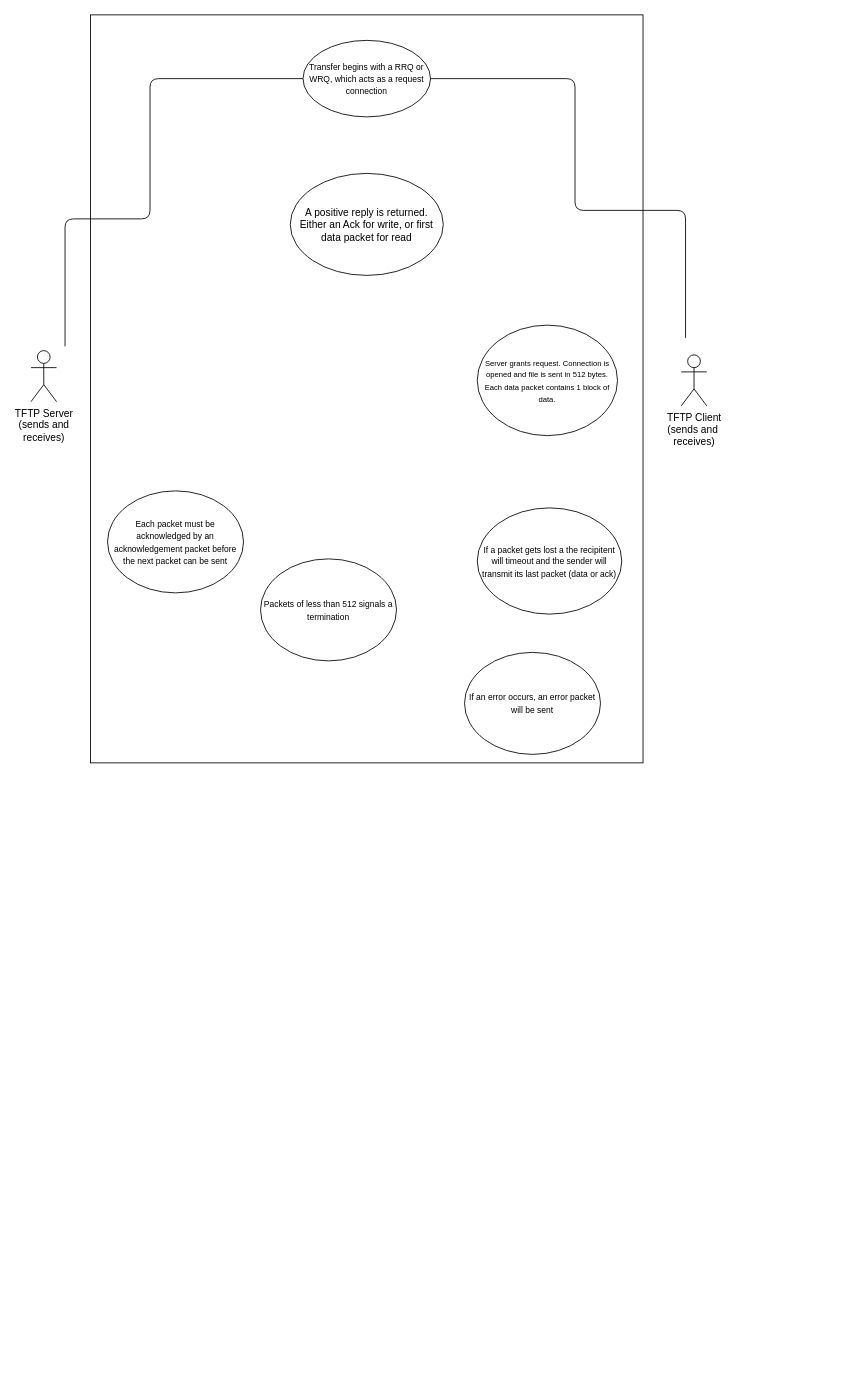
samuelwithey/TFTP keeps this draw.io diagram as TFTP UML Use Case.drawio. Above is the earlier version. Source tidied: cells renumbered, new cells numbered last; positions are measured from the earlier drawing's top-left corner, leaving out a move shared by most shapes. Both pictures are drawn from the tidied source at 85%, with x=0, y=0 at pixel (31, 14).
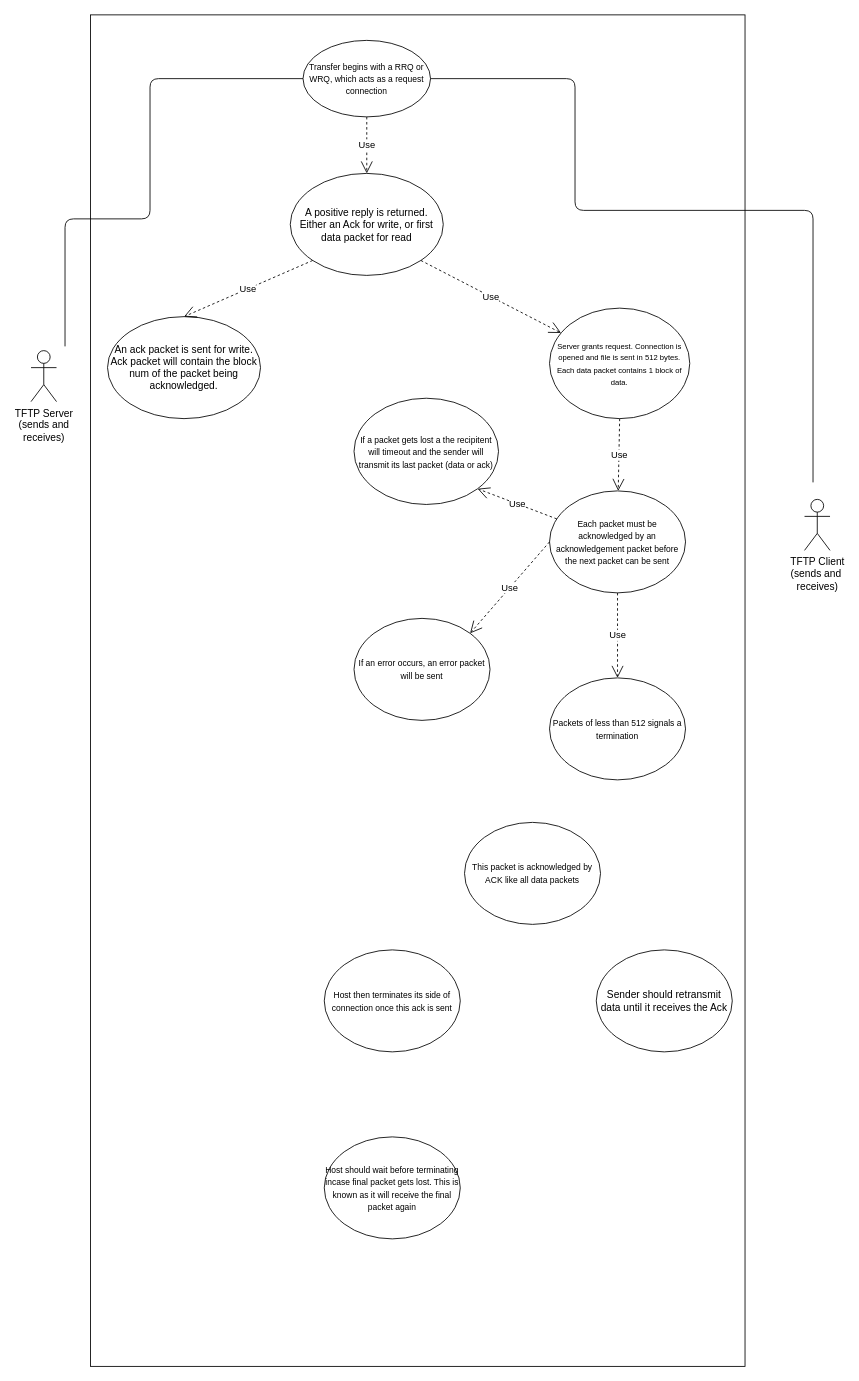
The same page after the edit.

The change refers to these unchanged cells:
```xml
<mxCell id="5" value="&lt;font style=&quot;font-size: 10px&quot;&gt;Transfer begins with a RRQ or WRQ, which acts as a request connection&lt;/font&gt;" style="ellipse;whiteSpace=wrap;html=1;" parent="1" vertex="1">
  <mxGeometry x="320" y="30" width="150" height="90" as="geometry" />
</mxCell>
<mxCell id="13" value="A positive reply is returned. Either an Ack for write, or first data packet for read" style="ellipse;whiteSpace=wrap;html=1;" parent="1" vertex="1">
  <mxGeometry x="305" y="186.5" width="180" height="120" as="geometry" />
</mxCell>
```

Diff of the diagram source:
```diff
@@
     <mxCell id="2" style="rounded=0;whiteSpace=wrap;html=1;" parent="1" vertex="1">
-      <mxGeometry x="70" width="650" height="880" as="geometry" />
+      <mxGeometry x="70" width="770" height="1590" as="geometry" />
     </mxCell>
@@
     <mxCell id="4" value="TFTP Client&lt;br&gt;(sends and&amp;nbsp;&lt;br&gt;receives)&lt;br&gt;" style="shape=umlActor;verticalLabelPosition=bottom;labelBackgroundColor=#ffffff;verticalAlign=top;html=1;" parent="1" vertex="1">
-      <mxGeometry x="765" y="400" width="30" height="60" as="geometry" />
+      <mxGeometry x="910" y="570" width="30" height="60" as="geometry" />
     </mxCell>
@@
     <mxCell id="6" value="&lt;font style=&quot;font-size: 9px&quot;&gt;Server grants request. Connection is opened and file is sent in 512 bytes. Each data packet contains 1 block of data.&lt;/font&gt;" style="ellipse;whiteSpace=wrap;html=1;" parent="1" vertex="1">
-      <mxGeometry x="525" y="365" width="165" height="130" as="geometry" />
+      <mxGeometry x="610" y="345" width="165" height="130" as="geometry" />
     </mxCell>
     <mxCell id="7" value="&lt;span style=&quot;font-size: 10px&quot;&gt;Each packet must be acknowledged by an acknowledgement&amp;nbsp;packet before the next packet can be sent&lt;/span&gt;" style="ellipse;whiteSpace=wrap;html=1;" parent="1" vertex="1">
-      <mxGeometry x="90" y="560" width="160" height="120" as="geometry" />
+      <mxGeometry x="610" y="560" width="160" height="120" as="geometry" />
     </mxCell>
     <mxCell id="8" value="&lt;span style=&quot;font-size: 10px&quot;&gt;Packets of less than 512 signals a termination&lt;/span&gt;" style="ellipse;whiteSpace=wrap;html=1;" parent="1" vertex="1">
-      <mxGeometry x="270" y="640" width="160" height="120" as="geometry" />
+      <mxGeometry x="610" y="780" width="160" height="120" as="geometry" />
     </mxCell>
     <mxCell id="9" value="&lt;span style=&quot;font-size: 10px&quot;&gt;If a packet gets lost a the recipitent will timeout and the sender will transmit its last packet (data or ack)&lt;/span&gt;" style="ellipse;whiteSpace=wrap;html=1;" parent="1" vertex="1">
-      <mxGeometry x="525" y="580" width="170" height="125" as="geometry" />
+      <mxGeometry x="380" y="451" width="170" height="125" as="geometry" />
     </mxCell>
     <mxCell id="10" value="&lt;span style=&quot;font-size: 10px&quot;&gt;If an error occurs, an error packet will be sent&lt;/span&gt;" style="ellipse;whiteSpace=wrap;html=1;" parent="1" vertex="1">
-      <mxGeometry x="510" y="750" width="160" height="120" as="geometry" />
+      <mxGeometry x="380" y="710" width="160" height="120" as="geometry" />
     </mxCell>
@@
     <mxCell id="12" style="endArrow=none;html=1;entryX=1;entryY=0.5;entryDx=0;entryDy=0;" parent="1" edge="1" target="5">
       <mxGeometry relative="1" as="geometry">
-        <mxPoint x="770" y="380" as="sourcePoint" />
+        <mxPoint x="920" y="550" as="sourcePoint" />
         <Array as="points">
-          <mxPoint x="770" y="230" />
+          <mxPoint x="920" y="230" />
           <mxPoint x="640" y="230" />
           <mxPoint x="640" y="75" />
         </Array>
       </mxGeometry>
     </mxCell>
@@
+    <mxCell id="14" value="An ack packet is sent for write. Ack packet will contain the block num of the packet being acknowledged." style="ellipse;whiteSpace=wrap;html=1;" parent="1" vertex="1">
+      <mxGeometry x="90" y="355" width="180" height="120" as="geometry" />
+    </mxCell>
+    <mxCell id="15" value="Use" style="endArrow=open;endSize=12;dashed=1;html=1;exitX=0.5;exitY=1;exitDx=0;exitDy=0;entryX=0.5;entryY=0;entryDx=0;entryDy=0;" parent="1" edge="1" source="5" target="13">
+      <mxGeometry relative="1" as="geometry" />
+    </mxCell>
+    <mxCell id="16" value="Use" style="endArrow=open;endSize=12;dashed=1;html=1;exitX=0;exitY=1;exitDx=0;exitDy=0;entryX=0.5;entryY=0;entryDx=0;entryDy=0;" parent="1" edge="1" source="13" target="14">
+      <mxGeometry relative="1" as="geometry" />
+    </mxCell>
+    <mxCell id="17" value="Use" style="endArrow=open;endSize=12;dashed=1;html=1;exitX=1;exitY=1;exitDx=0;exitDy=0;" parent="1" edge="1" source="13" target="6">
+      <mxGeometry relative="1" as="geometry" />
+    </mxCell>
+    <mxCell id="18" value="Use" style="endArrow=open;endSize=12;dashed=1;html=1;exitX=0.5;exitY=1;exitDx=0;exitDy=0;" parent="1" edge="1" source="6" target="7">
+      <mxGeometry relative="1" as="geometry" />
+    </mxCell>
+    <mxCell id="19" value="Use" style="endArrow=open;endSize=12;dashed=1;html=1;exitX=0.5;exitY=1;exitDx=0;exitDy=0;" parent="1" edge="1" source="7" target="8">
+      <mxGeometry relative="1" as="geometry" />
+    </mxCell>
+    <mxCell id="20" value="Use" style="endArrow=open;endSize=12;dashed=1;html=1;exitX=0;exitY=0.5;exitDx=0;exitDy=0;entryX=1;entryY=0;entryDx=0;entryDy=0;" parent="1" edge="1" source="7" target="10">
+      <mxGeometry relative="1" as="geometry" />
+    </mxCell>
+    <mxCell id="21" value="Use" style="endArrow=open;endSize=12;dashed=1;html=1;entryX=1;entryY=1;entryDx=0;entryDy=0;" parent="1" edge="1" source="7" target="9">
+      <mxGeometry relative="1" as="geometry" />
+    </mxCell>
+    <mxCell id="22" value="&lt;span style=&quot;font-size: 10px&quot;&gt;This packet is acknowledged by ACK like all data packets&lt;/span&gt;" style="ellipse;whiteSpace=wrap;html=1;" parent="1" vertex="1">
+      <mxGeometry x="510" y="950" width="160" height="120" as="geometry" />
+    </mxCell>
+    <mxCell id="23" value="&lt;span style=&quot;font-size: 10px&quot;&gt;Host then terminates its side of connection once this ack is sent&lt;/span&gt;" style="ellipse;whiteSpace=wrap;html=1;" parent="1" vertex="1">
+      <mxGeometry x="345" y="1100" width="160" height="120" as="geometry" />
+    </mxCell>
+    <mxCell id="24" value="&lt;span style=&quot;font-size: 10px&quot;&gt;Host should wait before terminating incase final packet gets lost. This is known as it will receive the final packet again&lt;/span&gt;" style="ellipse;whiteSpace=wrap;html=1;" parent="1" vertex="1">
+      <mxGeometry x="345" y="1320" width="160" height="120" as="geometry" />
+    </mxCell>
+    <mxCell id="25" value="Sender should retransmit data until it receives the Ack" style="ellipse;whiteSpace=wrap;html=1;" parent="1" vertex="1">
+      <mxGeometry x="665" y="1100" width="160" height="120" as="geometry" />
+    </mxCell>
```
